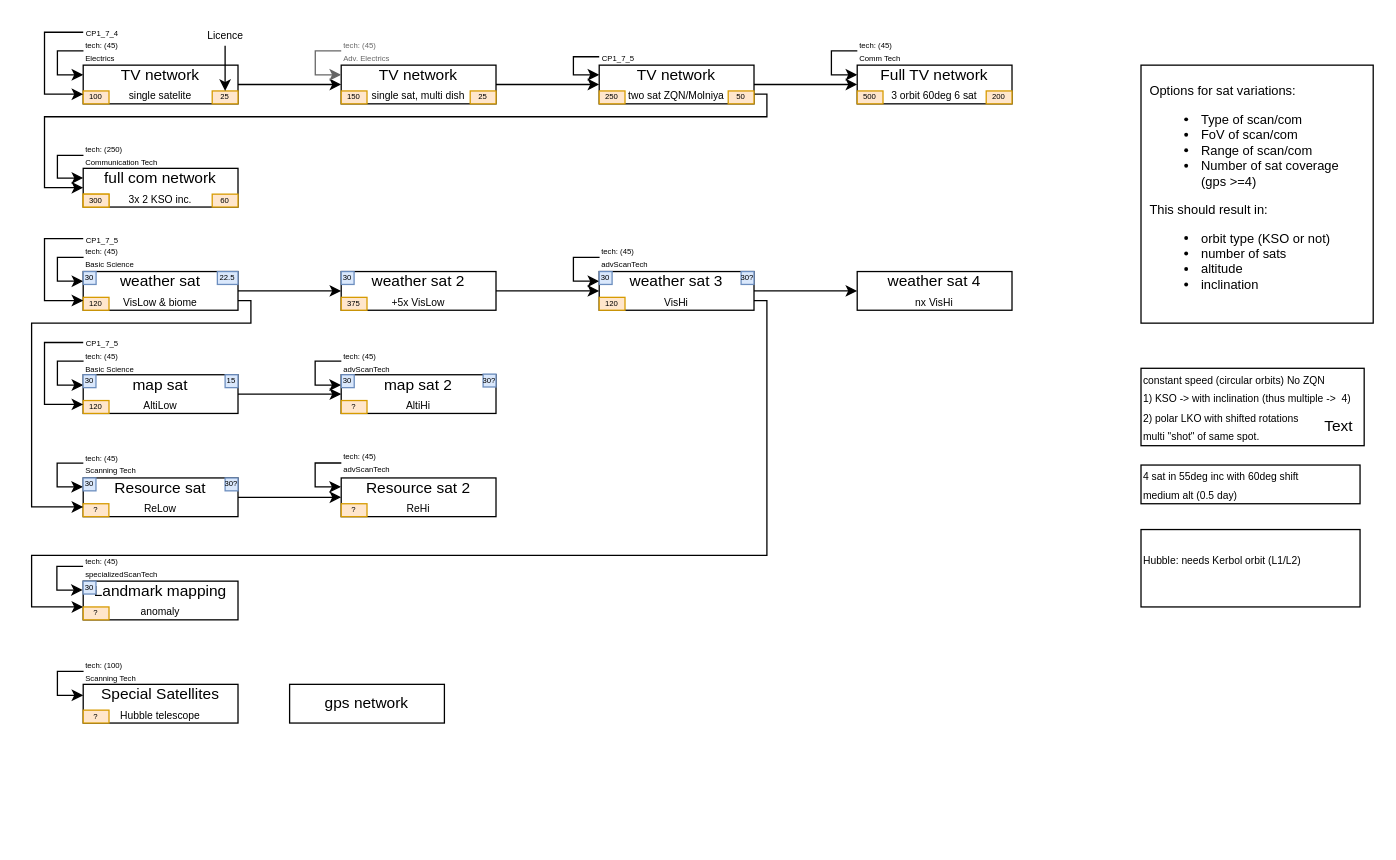
Earlier version of the draw.io diagram doc/CP2 contracts.drawio (SaphireFalcon/real_career). Source tidied: cells renumbered, new cells numbered last; positions are measured from the earlier drawing's top-left corner, leaving out a move shared by most shapes. Both pictures are drawn from the tidied source at 129%, with x=0, y=0 at pixel (31, 26).
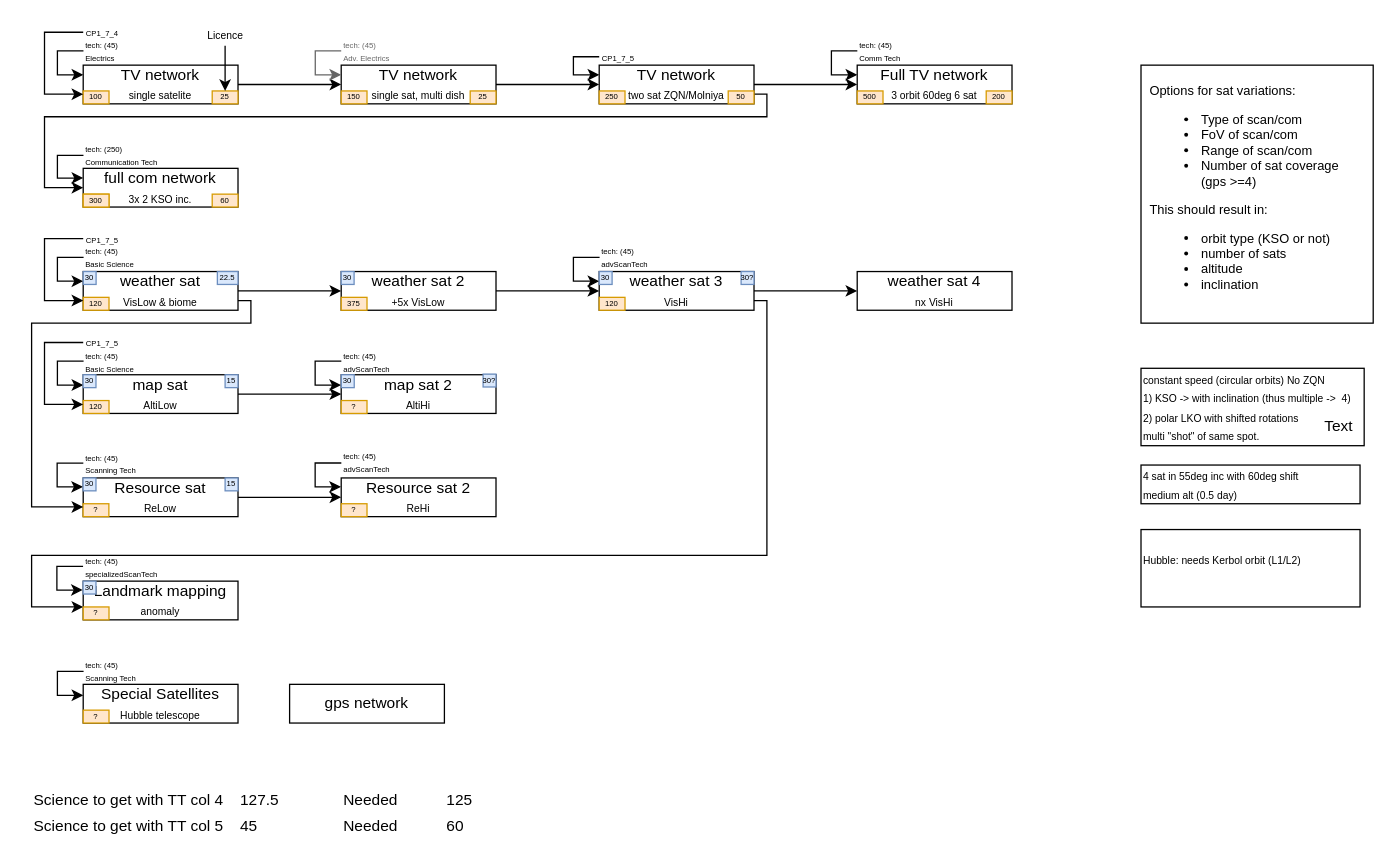
Above is the later version.

What changed in the source:
```diff
@@
-    <mxCell id="46" value="&lt;font style=&quot;line-height: 100% ; font-size: 6px&quot;&gt;&lt;font style=&quot;font-size: 6px&quot;&gt;tech: (100)&lt;br&gt;&lt;/font&gt;Scanning Tech&lt;br&gt;&lt;/font&gt;" style="text;html=1;align=left;verticalAlign=middle;whiteSpace=wrap;rounded=0;fontSize=8;spacing=2;" parent="1" vertex="1">
+    <mxCell id="46" value="&lt;font style=&quot;line-height: 100% ; font-size: 6px&quot;&gt;&lt;font style=&quot;font-size: 6px&quot;&gt;tech: (45)&lt;br&gt;&lt;/font&gt;Scanning Tech&lt;br&gt;&lt;/font&gt;" style="text;html=1;align=left;verticalAlign=middle;whiteSpace=wrap;rounded=0;fontSize=8;spacing=2;" parent="1" vertex="1">
       <mxGeometry x="40.3" y="490" width="60.1" height="20" as="geometry" />
     </mxCell>
@@
-    <mxCell id="90" value="30?" style="text;html=1;strokeColor=#6c8ebf;fillColor=#dae8fc;align=center;verticalAlign=middle;whiteSpace=wrap;rounded=0;fontSize=6;" parent="1" vertex="1">
+    <mxCell id="90" value="15" style="text;html=1;strokeColor=#6c8ebf;fillColor=#dae8fc;align=center;verticalAlign=middle;whiteSpace=wrap;rounded=0;fontSize=6;" parent="1" vertex="1">
       <mxGeometry x="150" y="350" width="10" height="10" as="geometry" />
     </mxCell>
@@
+    <mxCell id="100" value="Science to get with TT col 4" style="text;html=1;strokeColor=none;fillColor=none;align=left;verticalAlign=middle;whiteSpace=wrap;rounded=0;fontColor=#000000;" parent="1" vertex="1">
+      <mxGeometry y="590" width="160" height="20" as="geometry" />
+    </mxCell>
+    <mxCell id="101" value="127.5" style="text;html=1;strokeColor=none;fillColor=none;align=left;verticalAlign=middle;whiteSpace=wrap;rounded=0;fontColor=#000000;" parent="1" vertex="1">
+      <mxGeometry x="160" y="590" width="40" height="20" as="geometry" />
+    </mxCell>
+    <mxCell id="102" value="Science to get with TT col 5" style="text;html=1;strokeColor=none;fillColor=none;align=left;verticalAlign=middle;whiteSpace=wrap;rounded=0;fontColor=#000000;" parent="1" vertex="1">
+      <mxGeometry y="610" width="160" height="20" as="geometry" />
+    </mxCell>
+    <mxCell id="103" value="45" style="text;html=1;strokeColor=none;fillColor=none;align=left;verticalAlign=middle;whiteSpace=wrap;rounded=0;fontColor=#000000;" parent="1" vertex="1">
+      <mxGeometry x="160" y="610" width="40" height="20" as="geometry" />
+    </mxCell>
+    <mxCell id="104" value="Needed" style="text;html=1;strokeColor=none;fillColor=none;align=left;verticalAlign=middle;whiteSpace=wrap;rounded=0;fontColor=#000000;" parent="1" vertex="1">
+      <mxGeometry x="240" y="590" width="80" height="20" as="geometry" />
+    </mxCell>
+    <mxCell id="105" value="125" style="text;html=1;strokeColor=none;fillColor=none;align=left;verticalAlign=middle;whiteSpace=wrap;rounded=0;fontColor=#000000;" parent="1" vertex="1">
+      <mxGeometry x="320" y="590" width="40" height="20" as="geometry" />
+    </mxCell>
+    <mxCell id="106" value="Needed" style="text;html=1;strokeColor=none;fillColor=none;align=left;verticalAlign=middle;whiteSpace=wrap;rounded=0;fontColor=#000000;" parent="1" vertex="1">
+      <mxGeometry x="240.1" y="610" width="80" height="20" as="geometry" />
+    </mxCell>
+    <mxCell id="107" value="60" style="text;html=1;strokeColor=none;fillColor=none;align=left;verticalAlign=middle;whiteSpace=wrap;rounded=0;fontColor=#000000;" parent="1" vertex="1">
+      <mxGeometry x="320.1" y="610" width="40" height="20" as="geometry" />
+    </mxCell>
```
